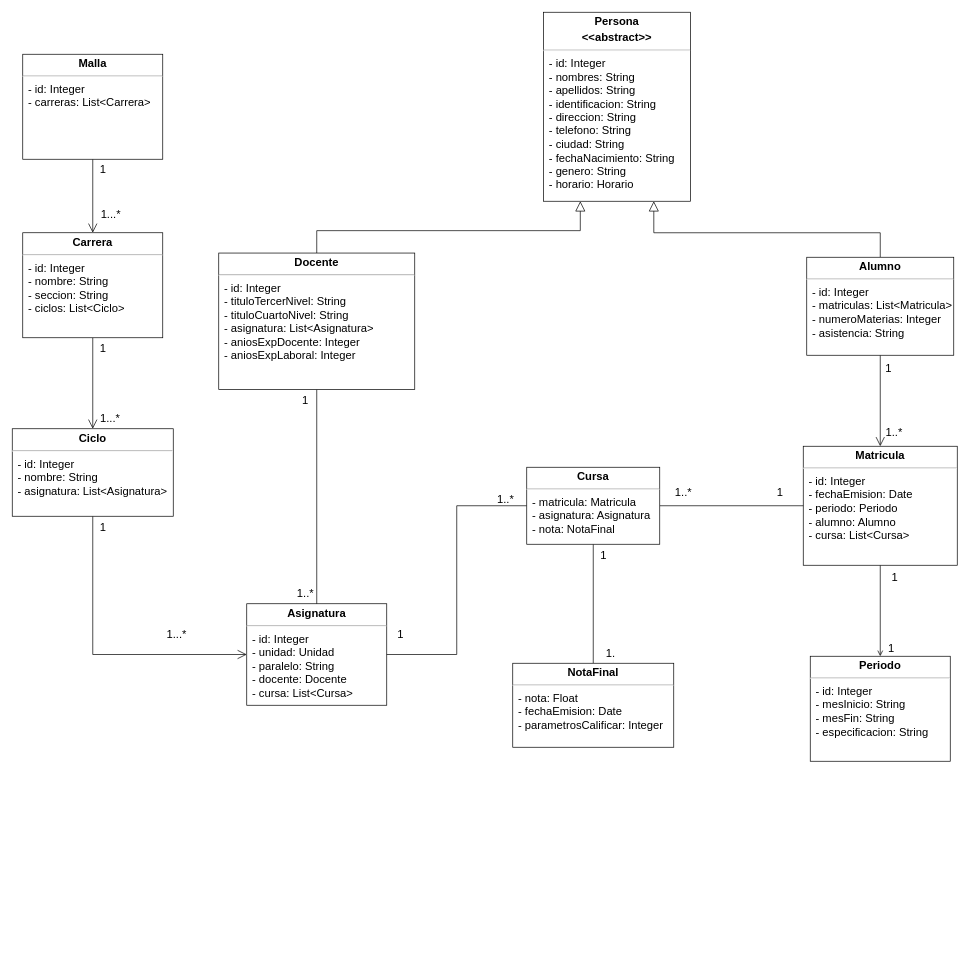
This is DDBB_Modelo_conceptual.drawio from Marylin-Alvarado/Sistema-de-Cursos, a draw.io file, before an edit. Source tidied: cells renumbered, new cells numbered last; positions are measured from the earlier drawing's top-left corner, leaving out a move shared by most shapes. Both pictures are drawn from the tidied source at 70%, with x=0, y=0 at pixel (12, 12).
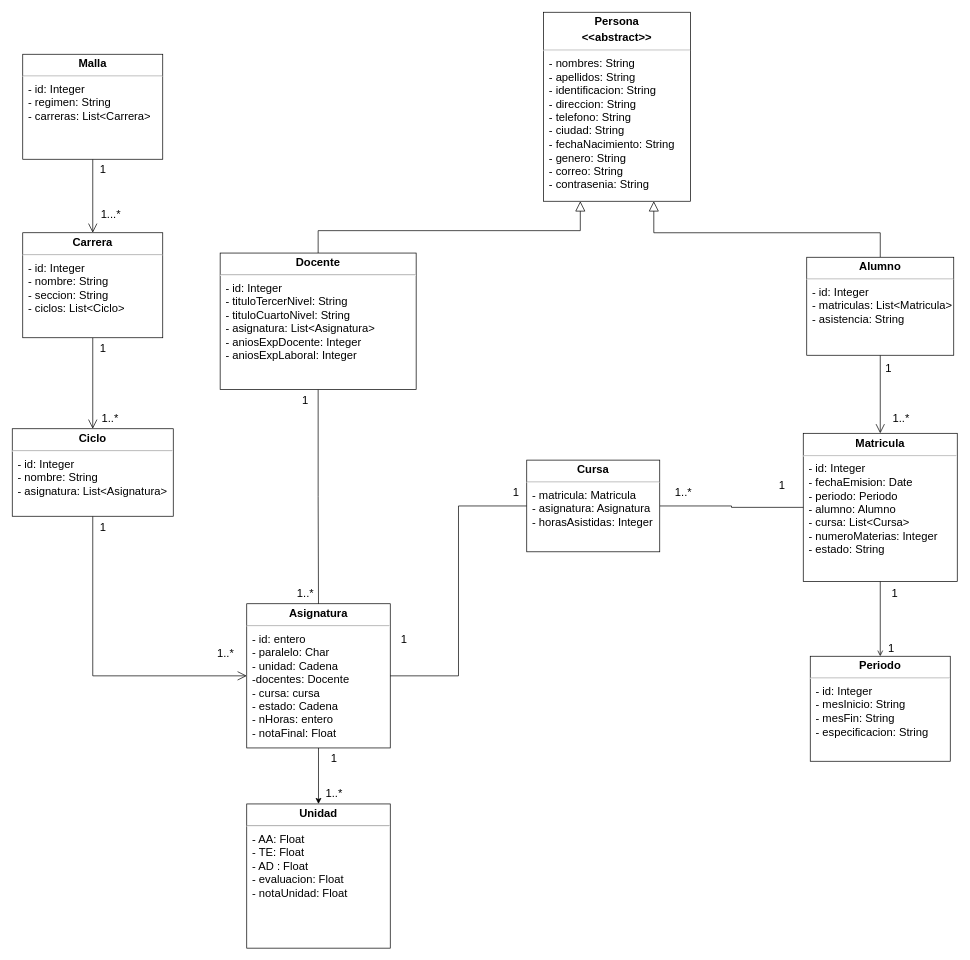
The same page after the edit.

Commit message:
Cambios de cuenta de persona en TDA

The edit, as a diff of the source:
```diff
@@
-    <mxCell id="2" value="&lt;p style=&quot;margin: 4px 0px 0px ; text-align: center ; font-size: 16px&quot;&gt;&lt;b&gt;&lt;font style=&quot;font-size: 16px&quot;&gt;Persona&lt;/font&gt;&lt;/b&gt;&lt;/p&gt;&lt;p style=&quot;margin: 4px 0px 0px ; text-align: center ; font-size: 16px&quot;&gt;&lt;b&gt;&amp;lt;&amp;lt;abstract&amp;gt;&amp;gt;&lt;/b&gt;&lt;/p&gt;&lt;hr style=&quot;font-size: 16px&quot;&gt;&lt;p style=&quot;margin: 0px 0px 0px 8px ; font-size: 16px&quot;&gt;- id: Integer&lt;/p&gt;&lt;p style=&quot;margin: 0px 0px 0px 8px ; font-size: 16px&quot;&gt;- nombres: String&lt;/p&gt;&lt;p style=&quot;margin: 0px 0px 0px 8px ; font-size: 16px&quot;&gt;- apellidos: String&lt;/p&gt;&lt;p style=&quot;margin: 0px 0px 0px 8px ; font-size: 16px&quot;&gt;- identificacion: String&lt;/p&gt;&lt;p style=&quot;margin: 0px 0px 0px 8px ; font-size: 16px&quot;&gt;- direccion: String&lt;/p&gt;&lt;p style=&quot;margin: 0px 0px 0px 8px ; font-size: 16px&quot;&gt;- telefono: String&lt;/p&gt;&lt;p style=&quot;margin: 0px 0px 0px 8px ; font-size: 16px&quot;&gt;- ciudad: String&lt;/p&gt;&lt;p style=&quot;margin: 0px 0px 0px 8px ; font-size: 16px&quot;&gt;- fechaNacimiento: String&lt;br&gt;&lt;/p&gt;&lt;p style=&quot;margin: 0px 0px 0px 8px ; font-size: 16px&quot;&gt;- genero: String&lt;/p&gt;&lt;p style=&quot;margin: 0px 0px 0px 8px ; font-size: 16px&quot;&gt;- horario: Horario&lt;/p&gt;" style="verticalAlign=top;align=left;overflow=fill;fontSize=12;fontFamily=Helvetica;html=1;" parent="1" vertex="1">
+    <mxCell id="2" value="&lt;p style=&quot;margin: 4px 0px 0px ; text-align: center ; font-size: 16px&quot;&gt;&lt;b&gt;&lt;font style=&quot;font-size: 16px&quot;&gt;Persona&lt;/font&gt;&lt;/b&gt;&lt;/p&gt;&lt;p style=&quot;margin: 4px 0px 0px ; text-align: center ; font-size: 16px&quot;&gt;&lt;b&gt;&amp;lt;&amp;lt;abstract&amp;gt;&amp;gt;&lt;/b&gt;&lt;/p&gt;&lt;hr style=&quot;font-size: 16px&quot;&gt;&lt;p style=&quot;margin: 0px 0px 0px 8px ; font-size: 16px&quot;&gt;&lt;span&gt;- nombres: String&lt;/span&gt;&lt;/p&gt;&lt;p style=&quot;margin: 0px 0px 0px 8px ; font-size: 16px&quot;&gt;- apellidos: String&lt;/p&gt;&lt;p style=&quot;margin: 0px 0px 0px 8px ; font-size: 16px&quot;&gt;- identificacion: String&lt;/p&gt;&lt;p style=&quot;margin: 0px 0px 0px 8px ; font-size: 16px&quot;&gt;- direccion: String&lt;/p&gt;&lt;p style=&quot;margin: 0px 0px 0px 8px ; font-size: 16px&quot;&gt;- telefono: String&lt;/p&gt;&lt;p style=&quot;margin: 0px 0px 0px 8px ; font-size: 16px&quot;&gt;- ciudad: String&lt;/p&gt;&lt;p style=&quot;margin: 0px 0px 0px 8px ; font-size: 16px&quot;&gt;- fechaNacimiento: String&lt;br&gt;&lt;/p&gt;&lt;p style=&quot;margin: 0px 0px 0px 8px ; font-size: 16px&quot;&gt;- genero: String&lt;/p&gt;&lt;p style=&quot;margin: 0px 0px 0px 8px ; font-size: 16px&quot;&gt;- correo: String&lt;/p&gt;&lt;p style=&quot;margin: 0px 0px 0px 8px ; font-size: 16px&quot;&gt;- contrasenia: String&lt;/p&gt;" style="verticalAlign=top;align=left;overflow=fill;fontSize=12;fontFamily=Helvetica;html=1;" parent="1" vertex="1">
       <mxGeometry x="759" width="210" height="270" as="geometry" />
     </mxCell>
+    <mxCell id="42" style="edgeStyle=orthogonalEdgeStyle;rounded=0;jettySize=auto;html=1;" parent="1" edge="1" source="3" target="43">
+      <mxGeometry relative="1" as="geometry" />
+    </mxCell>
-    <mxCell id="3" value="&lt;p style=&quot;margin: 4px 0px 0px ; text-align: center ; font-size: 16px&quot;&gt;&lt;b&gt;Asignatura&lt;/b&gt;&lt;/p&gt;&lt;hr style=&quot;font-size: 16px&quot;&gt;&lt;p style=&quot;margin: 0px 0px 0px 8px ; font-size: 16px&quot;&gt;- id: Integer&lt;/p&gt;&lt;p style=&quot;margin: 0px 0px 0px 8px ; font-size: 16px&quot;&gt;- unidad: Unidad&lt;/p&gt;&lt;p style=&quot;margin: 0px 0px 0px 8px ; font-size: 16px&quot;&gt;- paralelo: String&lt;/p&gt;&lt;p style=&quot;margin: 0px 0px 0px 8px ; font-size: 16px&quot;&gt;- docente: Docente&lt;/p&gt;&lt;p style=&quot;margin: 0px 0px 0px 8px ; font-size: 16px&quot;&gt;- cursa: List&amp;lt;Cursa&amp;gt;&lt;/p&gt;" style="verticalAlign=top;align=left;overflow=fill;fontSize=12;fontFamily=Helvetica;html=1;" parent="1" vertex="1">
-      <mxGeometry x="335" y="845" width="200" height="145" as="geometry" />
+    <mxCell id="3" value="&lt;p style=&quot;margin: 4px 0px 0px ; text-align: center ; font-size: 16px&quot;&gt;&lt;b&gt;Asignatura&lt;/b&gt;&lt;/p&gt;&lt;hr style=&quot;font-size: 16px&quot;&gt;&lt;p style=&quot;margin: 0px 0px 0px 8px ; font-size: 16px&quot;&gt;- id: entero&lt;/p&gt;&lt;p style=&quot;margin: 0px 0px 0px 8px ; font-size: 16px&quot;&gt;&lt;span&gt;- paralelo: Char&lt;/span&gt;&lt;br&gt;&lt;/p&gt;&lt;p style=&quot;margin: 0px 0px 0px 8px ; font-size: 16px&quot;&gt;&lt;span&gt;- unidad: Cadena&lt;/span&gt;&lt;/p&gt;&lt;p style=&quot;margin: 0px 0px 0px 8px ; font-size: 16px&quot;&gt;-docentes: Docente&lt;/p&gt;&lt;p style=&quot;margin: 0px 0px 0px 8px ; font-size: 16px&quot;&gt;- cursa: cursa&lt;/p&gt;&lt;p style=&quot;margin: 0px 0px 0px 8px ; font-size: 16px&quot;&gt;- estado: Cadena&lt;/p&gt;&lt;p style=&quot;margin: 0px 0px 0px 8px ; font-size: 16px&quot;&gt;- nHoras: entero&lt;/p&gt;&lt;p style=&quot;margin: 0px 0px 0px 8px ; font-size: 16px&quot;&gt;- notaFinal: Float&amp;nbsp;&lt;/p&gt;" style="verticalAlign=top;align=left;overflow=fill;fontSize=12;fontFamily=Helvetica;html=1;" parent="1" vertex="1">
+      <mxGeometry x="335" y="845" width="205" height="206" as="geometry" />
     </mxCell>
@@
-    <mxCell id="5" value="&lt;p style=&quot;margin: 4px 0px 0px ; text-align: center ; font-size: 16px&quot;&gt;&lt;b&gt;&lt;font style=&quot;font-size: 16px&quot;&gt;Malla&lt;/font&gt;&lt;/b&gt;&lt;/p&gt;&lt;hr style=&quot;font-size: 16px&quot;&gt;&lt;p style=&quot;margin: 0px 0px 0px 8px ; font-size: 16px&quot;&gt;- id: Integer&lt;/p&gt;&lt;p style=&quot;margin: 0px 0px 0px 8px ; font-size: 16px&quot;&gt;- carreras: List&amp;lt;Carrera&amp;gt;&lt;/p&gt;" style="verticalAlign=top;align=left;overflow=fill;fontSize=12;fontFamily=Helvetica;html=1;" parent="1" vertex="1">
+    <mxCell id="5" value="&lt;p style=&quot;margin: 4px 0px 0px ; text-align: center ; font-size: 16px&quot;&gt;&lt;b&gt;&lt;font style=&quot;font-size: 16px&quot;&gt;Malla&lt;/font&gt;&lt;/b&gt;&lt;/p&gt;&lt;hr style=&quot;font-size: 16px&quot;&gt;&lt;p style=&quot;margin: 0px 0px 0px 8px ; font-size: 16px&quot;&gt;- id: Integer&lt;/p&gt;&lt;p style=&quot;margin: 0px 0px 0px 8px ; font-size: 16px&quot;&gt;- regimen: String&lt;/p&gt;&lt;p style=&quot;margin: 0px 0px 0px 8px ; font-size: 16px&quot;&gt;- carreras: List&amp;lt;Carrera&amp;gt;&lt;/p&gt;" style="verticalAlign=top;align=left;overflow=fill;fontSize=12;fontFamily=Helvetica;html=1;" parent="1" vertex="1">
       <mxGeometry x="15" y="60" width="200" height="150" as="geometry" />
     </mxCell>
@@
-    <mxCell id="12" value="&lt;p style=&quot;margin: 4px 0px 0px ; text-align: center ; font-size: 16px&quot;&gt;&lt;b&gt;&lt;font style=&quot;font-size: 16px&quot;&gt;Alumno&lt;/font&gt;&lt;/b&gt;&lt;/p&gt;&lt;hr style=&quot;font-size: 16px&quot;&gt;&lt;p style=&quot;margin: 0px 0px 0px 8px ; font-size: 16px&quot;&gt;- id: Integer&lt;/p&gt;&lt;p style=&quot;margin: 0px 0px 0px 8px ; font-size: 16px&quot;&gt;- matriculas: List&amp;lt;Matricula&amp;gt;&lt;/p&gt;&lt;p style=&quot;margin: 0px 0px 0px 8px ; font-size: 16px&quot;&gt;- numeroMaterias: Integer&lt;/p&gt;&lt;p style=&quot;margin: 0px 0px 0px 8px ; font-size: 16px&quot;&gt;- asistencia: String&lt;/p&gt;" style="verticalAlign=top;align=left;overflow=fill;fontSize=12;fontFamily=Helvetica;html=1;" parent="1" vertex="1">
+    <mxCell id="12" value="&lt;p style=&quot;margin: 4px 0px 0px ; text-align: center ; font-size: 16px&quot;&gt;&lt;b&gt;&lt;font style=&quot;font-size: 16px&quot;&gt;Alumno&lt;/font&gt;&lt;/b&gt;&lt;/p&gt;&lt;hr style=&quot;font-size: 16px&quot;&gt;&lt;p style=&quot;margin: 0px 0px 0px 8px ; font-size: 16px&quot;&gt;- id: Integer&lt;/p&gt;&lt;p style=&quot;margin: 0px 0px 0px 8px ; font-size: 16px&quot;&gt;- matriculas: List&amp;lt;Matricula&amp;gt;&lt;/p&gt;&lt;p style=&quot;margin: 0px 0px 0px 8px ; font-size: 16px&quot;&gt;- asistencia: String&lt;/p&gt;" style="verticalAlign=top;align=left;overflow=fill;fontSize=12;fontFamily=Helvetica;html=1;" parent="1" vertex="1">
       <mxGeometry x="1135" y="350" width="210" height="140" as="geometry" />
     </mxCell>
@@
     <mxCell id="15" value="&lt;p style=&quot;margin: 4px 0px 0px ; text-align: center ; font-size: 16px&quot;&gt;&lt;b&gt;Docente&lt;/b&gt;&lt;/p&gt;&lt;hr style=&quot;font-size: 16px&quot;&gt;&lt;p style=&quot;margin: 0px 0px 0px 8px ; font-size: 16px&quot;&gt;- id: Integer&lt;/p&gt;&lt;p style=&quot;margin: 0px 0px 0px 8px ; font-size: 16px&quot;&gt;- tituloTercerNivel: String&lt;/p&gt;&lt;p style=&quot;margin: 0px 0px 0px 8px ; font-size: 16px&quot;&gt;- tituloCuartoNivel: String&lt;/p&gt;&lt;p style=&quot;margin: 0px 0px 0px 8px ; font-size: 16px&quot;&gt;- asignatura: List&amp;lt;Asignatura&amp;gt;&lt;/p&gt;&lt;p style=&quot;margin: 0px 0px 0px 8px ; font-size: 16px&quot;&gt;- aniosExpDocente: Integer&lt;/p&gt;&lt;p style=&quot;margin: 0px 0px 0px 8px ; font-size: 16px&quot;&gt;- aniosExpLaboral: Integer&lt;/p&gt;" style="verticalAlign=top;align=left;overflow=fill;fontSize=12;fontFamily=Helvetica;html=1;" parent="1" vertex="1">
-      <mxGeometry x="295" y="344" width="280" height="195" as="geometry" />
+      <mxGeometry x="297" y="344" width="280" height="195" as="geometry" />
     </mxCell>
@@
-    <mxCell id="17" value="&lt;p style=&quot;margin: 4px 0px 0px ; text-align: center ; font-size: 16px&quot;&gt;&lt;b&gt;&lt;font style=&quot;font-size: 16px&quot;&gt;Matricula&lt;/font&gt;&lt;/b&gt;&lt;/p&gt;&lt;hr style=&quot;font-size: 16px&quot;&gt;&lt;p style=&quot;margin: 0px 0px 0px 8px ; font-size: 16px&quot;&gt;- id: Integer&lt;/p&gt;&lt;p style=&quot;margin: 0px 0px 0px 8px ; font-size: 16px&quot;&gt;- fechaEmision: Date&lt;/p&gt;&lt;p style=&quot;margin: 0px 0px 0px 8px ; font-size: 16px&quot;&gt;- periodo: Periodo&lt;/p&gt;&lt;p style=&quot;margin: 0px 0px 0px 8px ; font-size: 16px&quot;&gt;- alumno: Alumno&lt;/p&gt;&lt;p style=&quot;margin: 0px 0px 0px 8px ; font-size: 16px&quot;&gt;- cursa: List&amp;lt;Cursa&amp;gt;&lt;/p&gt;" style="verticalAlign=top;align=left;overflow=fill;fontSize=12;fontFamily=Helvetica;html=1;" parent="1" vertex="1">
-      <mxGeometry x="1130" y="620" width="220" height="170" as="geometry" />
+    <mxCell id="17" value="&lt;p style=&quot;margin: 4px 0px 0px ; text-align: center ; font-size: 16px&quot;&gt;&lt;b&gt;&lt;font style=&quot;font-size: 16px&quot;&gt;Matricula&lt;/font&gt;&lt;/b&gt;&lt;/p&gt;&lt;hr style=&quot;font-size: 16px&quot;&gt;&lt;p style=&quot;margin: 0px 0px 0px 8px ; font-size: 16px&quot;&gt;- id: Integer&lt;/p&gt;&lt;p style=&quot;margin: 0px 0px 0px 8px ; font-size: 16px&quot;&gt;- fechaEmision: Date&lt;/p&gt;&lt;p style=&quot;margin: 0px 0px 0px 8px ; font-size: 16px&quot;&gt;- periodo: Periodo&lt;/p&gt;&lt;p style=&quot;margin: 0px 0px 0px 8px ; font-size: 16px&quot;&gt;- alumno: Alumno&lt;/p&gt;&lt;p style=&quot;margin: 0px 0px 0px 8px ; font-size: 16px&quot;&gt;- cursa: List&amp;lt;Cursa&amp;gt;&lt;/p&gt;&lt;p style=&quot;margin: 0px 0px 0px 8px ; font-size: 16px&quot;&gt;- numeroMaterias: Integer&lt;br&gt;&lt;/p&gt;&lt;p style=&quot;margin: 0px 0px 0px 8px ; font-size: 16px&quot;&gt;- estado: String&lt;/p&gt;" style="verticalAlign=top;align=left;overflow=fill;fontSize=12;fontFamily=Helvetica;html=1;" parent="1" vertex="1">
+      <mxGeometry x="1130" y="601.5" width="220" height="211.5" as="geometry" />
     </mxCell>
@@
-    <mxCell id="19" value="&lt;font style=&quot;font-size: 16px&quot;&gt;1...*&lt;/font&gt;" style="text;html=1;strokeColor=none;fillColor=none;align=center;verticalAlign=middle;whiteSpace=wrap;rounded=0;" parent="1" vertex="1">
+    <mxCell id="19" value="&lt;font style=&quot;font-size: 16px&quot;&gt;1..*&lt;/font&gt;" style="text;html=1;strokeColor=none;fillColor=none;align=center;verticalAlign=middle;whiteSpace=wrap;rounded=0;" parent="1" vertex="1">
       <mxGeometry x="110" y="565" width="60" height="30" as="geometry" />
     </mxCell>
@@
-    <mxCell id="21" value="&lt;font style=&quot;font-size: 16px&quot;&gt;1...*&lt;/font&gt;" style="text;html=1;strokeColor=none;fillColor=none;align=center;verticalAlign=middle;whiteSpace=wrap;rounded=0;" parent="1" vertex="1">
-      <mxGeometry x="205" y="872.5" width="60" height="30" as="geometry" />
+    <mxCell id="21" value="&lt;font style=&quot;font-size: 16px&quot;&gt;1..*&lt;/font&gt;" style="text;html=1;strokeColor=none;fillColor=none;align=center;verticalAlign=middle;whiteSpace=wrap;rounded=0;" parent="1" vertex="1">
+      <mxGeometry x="275" y="901" width="60" height="30" as="geometry" />
     </mxCell>
@@
     <mxCell id="26" value="&lt;font style=&quot;font-size: 16px&quot;&gt;1..*&lt;/font&gt;" style="text;html=1;strokeColor=none;fillColor=none;align=center;verticalAlign=middle;whiteSpace=wrap;rounded=0;" parent="1" vertex="1">
-      <mxGeometry x="1230" y="585" width="60" height="30" as="geometry" />
+      <mxGeometry x="1240" y="565" width="60" height="30" as="geometry" />
     </mxCell>
@@
-    <mxCell id="30" style="edgeStyle=orthogonalEdgeStyle;rounded=0;jettySize=auto;html=1;exitX=0.5;exitY=1;exitDx=0;exitDy=0;entryX=0.5;entryY=0;entryDx=0;entryDy=0;endArrow=none;endFill=0;endSize=11;" parent="1" edge="1" source="31" target="34">
-      <mxGeometry relative="1" as="geometry" />
-    </mxCell>
-    <mxCell id="31" value="&lt;p style=&quot;margin: 4px 0px 0px ; text-align: center ; font-size: 16px&quot;&gt;&lt;b&gt;&lt;font style=&quot;font-size: 16px&quot;&gt;Cursa&lt;/font&gt;&lt;/b&gt;&lt;/p&gt;&lt;hr style=&quot;font-size: 16px&quot;&gt;&lt;p style=&quot;margin: 0px 0px 0px 8px ; font-size: 16px&quot;&gt;- matricula: Matricula&lt;/p&gt;&lt;p style=&quot;margin: 0px 0px 0px 8px ; font-size: 16px&quot;&gt;- asignatura: Asignatura&lt;/p&gt;&lt;p style=&quot;margin: 0px 0px 0px 8px ; font-size: 16px&quot;&gt;- nota: NotaFinal&lt;/p&gt;" style="verticalAlign=top;align=left;overflow=fill;fontSize=12;fontFamily=Helvetica;html=1;" parent="1" vertex="1">
-      <mxGeometry x="735" y="650" width="190" height="110" as="geometry" />
+    <mxCell id="31" value="&lt;p style=&quot;margin: 4px 0px 0px ; text-align: center ; font-size: 16px&quot;&gt;&lt;b&gt;&lt;font style=&quot;font-size: 16px&quot;&gt;Cursa&lt;/font&gt;&lt;/b&gt;&lt;/p&gt;&lt;hr style=&quot;font-size: 16px&quot;&gt;&lt;p style=&quot;margin: 0px 0px 0px 8px ; font-size: 16px&quot;&gt;- matricula: Matricula&lt;/p&gt;&lt;p style=&quot;margin: 0px 0px 0px 8px ; font-size: 16px&quot;&gt;- asignatura: Asignatura&lt;/p&gt;&lt;p style=&quot;margin: 0px 0px 0px 8px ; font-size: 16px&quot;&gt;- horasAsistidas: Integer&lt;/p&gt;" style="verticalAlign=top;align=left;overflow=fill;fontSize=12;fontFamily=Helvetica;html=1;" parent="1" vertex="1">
+      <mxGeometry x="735" y="639.8" width="190" height="131" as="geometry" />
     </mxCell>
     <mxCell id="32" value="&lt;font style=&quot;font-size: 16px&quot;&gt;1&lt;/font&gt;" style="text;html=1;strokeColor=none;fillColor=none;align=center;verticalAlign=middle;whiteSpace=wrap;rounded=0;" parent="1" vertex="1">
-      <mxGeometry x="1067" y="670" width="60" height="30" as="geometry" />
+      <mxGeometry x="1070" y="661" width="60" height="30" as="geometry" />
     </mxCell>
@@
-    <mxCell id="34" value="&lt;p style=&quot;margin: 4px 0px 0px ; text-align: center ; font-size: 16px&quot;&gt;&lt;b&gt;&lt;font style=&quot;font-size: 16px&quot;&gt;NotaFinal&lt;/font&gt;&lt;/b&gt;&lt;/p&gt;&lt;hr style=&quot;font-size: 16px&quot;&gt;&lt;p style=&quot;margin: 0px 0px 0px 8px ; font-size: 16px&quot;&gt;- nota: Float&lt;/p&gt;&lt;p style=&quot;margin: 0px 0px 0px 8px ; font-size: 16px&quot;&gt;- fechaEmision: Date&lt;/p&gt;&lt;p style=&quot;margin: 0px 0px 0px 8px ; font-size: 16px&quot;&gt;- parametrosCalificar: Integer&lt;/p&gt;" style="verticalAlign=top;align=left;overflow=fill;fontSize=12;fontFamily=Helvetica;html=1;" parent="1" vertex="1">
-      <mxGeometry x="715" y="930" width="230" height="120" as="geometry" />
-    </mxCell>
     <mxCell id="35" value="&lt;font style=&quot;font-size: 16px&quot;&gt;1&lt;/font&gt;" style="text;html=1;strokeColor=none;fillColor=none;align=center;verticalAlign=middle;whiteSpace=wrap;rounded=0;" parent="1" vertex="1">
-      <mxGeometry x="1231" y="792" width="60" height="30" as="geometry" />
+      <mxGeometry x="1231" y="815" width="60" height="30" as="geometry" />
     </mxCell>
     <mxCell id="36" value="&lt;font style=&quot;font-size: 16px&quot;&gt;1&lt;/font&gt;" style="text;html=1;strokeColor=none;fillColor=none;align=center;verticalAlign=middle;whiteSpace=wrap;rounded=0;" parent="1" vertex="1">
-      <mxGeometry x="525" y="872.5" width="60" height="30" as="geometry" />
+      <mxGeometry x="690" y="671" width="60" height="30" as="geometry" />
     </mxCell>
-    <mxCell id="37" value="&lt;font style=&quot;font-size: 16px&quot;&gt;1..*&lt;/font&gt;" style="text;html=1;strokeColor=none;fillColor=none;align=center;verticalAlign=middle;whiteSpace=wrap;rounded=0;" parent="1" vertex="1">
-      <mxGeometry x="675" y="680" width="60" height="30" as="geometry" />
+    <mxCell id="37" value="&lt;span style=&quot;font-size: 16px&quot;&gt;1&lt;/span&gt;" style="text;html=1;strokeColor=none;fillColor=none;align=center;verticalAlign=middle;whiteSpace=wrap;rounded=0;" parent="1" vertex="1">
+      <mxGeometry x="530" y="881" width="60" height="30" as="geometry" />
     </mxCell>
@@
+    <mxCell id="43" value="&lt;p style=&quot;margin: 4px 0px 0px ; text-align: center ; font-size: 16px&quot;&gt;&lt;b&gt;Unidad&lt;/b&gt;&lt;/p&gt;&lt;hr style=&quot;font-size: 16px&quot;&gt;&lt;p style=&quot;margin: 0px 0px 0px 8px ; font-size: 16px&quot;&gt;- AA: Float&lt;/p&gt;&lt;p style=&quot;margin: 0px 0px 0px 8px ; font-size: 16px&quot;&gt;&lt;span&gt;- TE: Float&lt;/span&gt;&lt;br&gt;&lt;/p&gt;&lt;p style=&quot;margin: 0px 0px 0px 8px ; font-size: 16px&quot;&gt;&lt;span&gt;- AD : Float&lt;/span&gt;&lt;/p&gt;&lt;p style=&quot;margin: 0px 0px 0px 8px ; font-size: 16px&quot;&gt;&lt;span&gt;- evaluacion: Float&lt;/span&gt;&lt;/p&gt;&lt;p style=&quot;margin: 0px 0px 0px 8px ; font-size: 16px&quot;&gt;&lt;span&gt;- notaUnidad: Float&lt;/span&gt;&lt;/p&gt;" style="verticalAlign=top;align=left;overflow=fill;fontSize=12;fontFamily=Helvetica;html=1;" parent="1" vertex="1">
+      <mxGeometry x="335" y="1131" width="205" height="206" as="geometry" />
+    </mxCell>
-    <mxCell id="40" value="&lt;font style=&quot;font-size: 16px&quot;&gt;1&lt;/font&gt;" style="text;html=1;strokeColor=none;fillColor=none;align=center;verticalAlign=middle;whiteSpace=wrap;rounded=0;" parent="1" vertex="1">
-      <mxGeometry x="815" y="760" width="60" height="30" as="geometry" />
+    <mxCell id="40" value="&lt;span style=&quot;font-size: 16px&quot;&gt;1&lt;/span&gt;" style="text;html=1;strokeColor=none;fillColor=none;align=center;verticalAlign=middle;whiteSpace=wrap;rounded=0;" parent="1" vertex="1">
+      <mxGeometry x="430" y="1051" width="60" height="30" as="geometry" />
     </mxCell>
-    <mxCell id="41" value="&lt;font style=&quot;font-size: 16px&quot;&gt;1.&lt;/font&gt;" style="text;html=1;strokeColor=none;fillColor=none;align=center;verticalAlign=middle;whiteSpace=wrap;rounded=0;" parent="1" vertex="1">
-      <mxGeometry x="825" y="900" width="60" height="30" as="geometry" />
-    </mxCell>
+    <mxCell id="44" value="&lt;span style=&quot;font-size: 16px&quot;&gt;1..*&lt;/span&gt;" style="text;html=1;strokeColor=none;fillColor=none;align=center;verticalAlign=middle;whiteSpace=wrap;rounded=0;" parent="1" vertex="1">
+      <mxGeometry x="430" y="1101" width="60" height="30" as="geometry" />
+    </mxCell>
```
